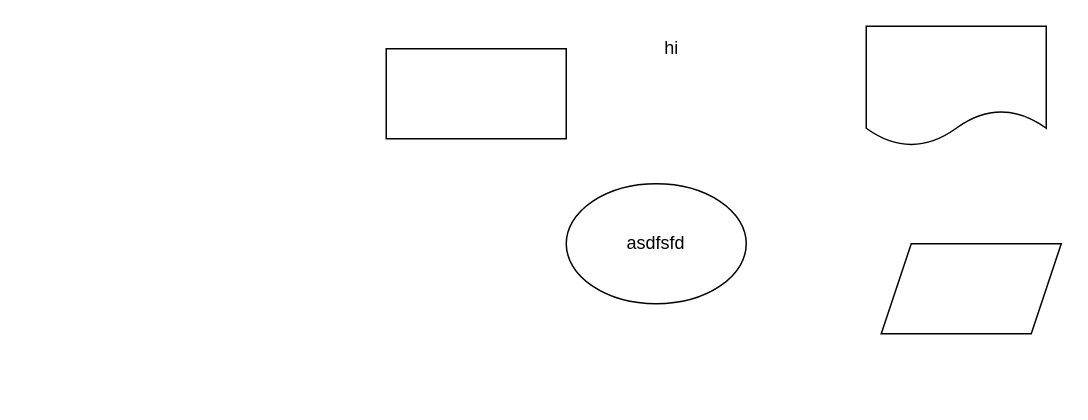
This is Test github.drawio from alcedo/public_draw_io, a draw.io file, before an edit. Source tidied: cells renumbered, new cells numbered last; positions are measured from the earlier drawing's top-left corner, leaving out a move shared by most shapes. Both pictures are drawn from the tidied source at 150%, with x=0, y=0 at pixel (386, 26).
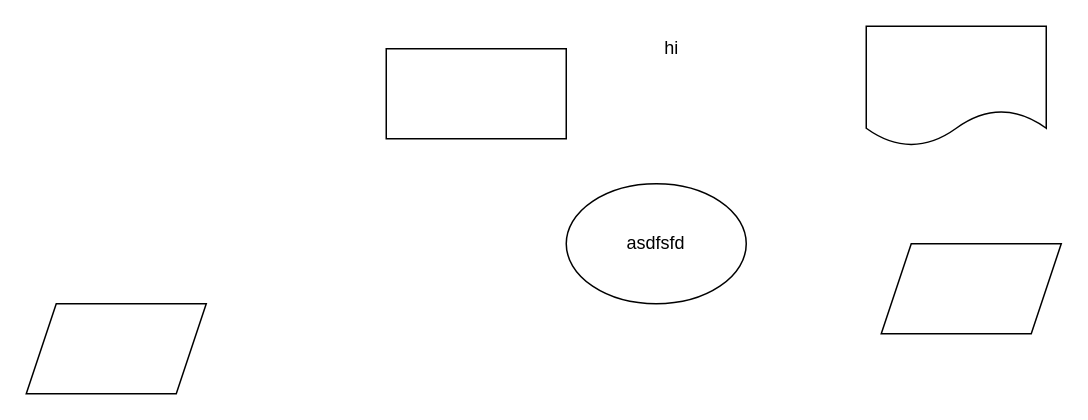
The same diagram, later.

Change to the diagram source:
```diff
@@
 <mxGraphModel>
   <root>
     <mxCell id="0" />
     <mxCell id="1" parent="0" />
     <mxCell id="2" style="rounded=0;whiteSpace=wrap;html=1;" parent="1" vertex="1">
       <mxGeometry y="15" width="120" height="60" as="geometry" />
     </mxCell>
     <mxCell id="3" value="asdfsfd" style="ellipse;whiteSpace=wrap;html=1;" parent="1" vertex="1">
       <mxGeometry x="120" y="105" width="120" height="80" as="geometry" />
     </mxCell>
     <mxCell id="4" value="hi" style="text;html=1;align=center;verticalAlign=middle;strokeColor=none;fillColor=none;" parent="1" vertex="1">
       <mxGeometry x="175" width="30" height="30" as="geometry" />
     </mxCell>
     <mxCell id="5" style="shape=document;whiteSpace=wrap;html=1;boundedLbl=1;" parent="1" vertex="1">
       <mxGeometry x="320" width="120" height="80" as="geometry" />
     </mxCell>
     <mxCell id="6" style="shape=parallelogram;perimeter=parallelogramPerimeter;whiteSpace=wrap;html=1;fixedSize=1;" parent="1" vertex="1">
       <mxGeometry x="330" y="145" width="120" height="60" as="geometry" />
     </mxCell>
+    <mxCell id="7" style="shape=parallelogram;perimeter=parallelogramPerimeter;whiteSpace=wrap;html=1;fixedSize=1;" parent="1" vertex="1">
+      <mxGeometry x="-240" y="185" width="120" height="60" as="geometry" />
+    </mxCell>
   </root>
 </mxGraphModel>
```
